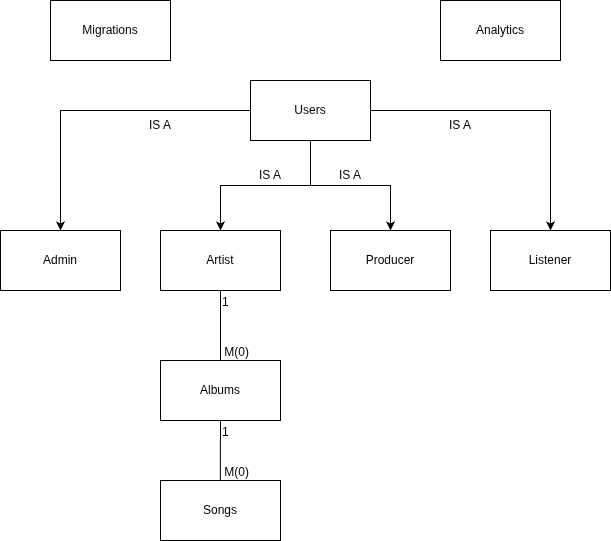
Before: public/img/db.png, a diagram exported from draw.io (petru-robu/music-label-manager). Source tidied: cells renumbered, new cells last; positions are measured from the earlier drawing's top-left corner, leaving out a move shared by most shapes.
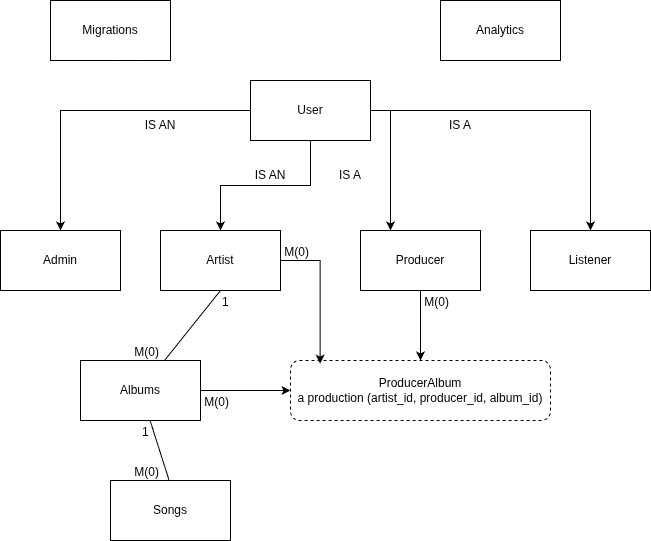
Above is the later version.

The edit, as a diff of the source:
```diff
@@ -2,8 +2,10 @@
   <root>
     <mxCell id="0" />
     <mxCell id="1" parent="0" />
-    <mxCell id="2" style="edgeStyle=orthogonalEdgeStyle;rounded=0;jettySize=auto;html=1;" parent="1" edge="1" source="5" target="13">
-      <mxGeometry relative="1" as="geometry" />
+    <mxCell id="2" style="edgeStyle=orthogonalEdgeStyle;rounded=0;jettySize=auto;html=1;" parent="1" edge="1" source="5">
+      <mxGeometry relative="1" as="geometry">
+        <mxPoint x="390" y="230" as="targetPoint" />
+      </mxGeometry>
     </mxCell>
     <mxCell id="3" style="edgeStyle=orthogonalEdgeStyle;rounded=0;jettySize=auto;html=1;" parent="1" edge="1" source="5" target="15">
       <mxGeometry relative="1" as="geometry" />
@@ -11,7 +13,7 @@
     <mxCell id="4" style="edgeStyle=orthogonalEdgeStyle;rounded=0;jettySize=auto;html=1;entryX=0.5;entryY=0;entryDx=0;entryDy=0;" parent="1" edge="1" source="5" target="19">
       <mxGeometry relative="1" as="geometry" />
     </mxCell>
-    <mxCell id="5" value="Users" style="rounded=0;whiteSpace=wrap;html=1;" parent="1" vertex="1">
+    <mxCell id="5" value="User" style="rounded=0;whiteSpace=wrap;html=1;" parent="1" vertex="1">
       <mxGeometry x="250" y="80" width="120" height="60" as="geometry" />
     </mxCell>
     <mxCell id="6" value="Artist" style="rounded=0;whiteSpace=wrap;html=1;" parent="1" vertex="1">
@@ -23,7 +25,7 @@
     <mxCell id="8" style="edgeStyle=orthogonalEdgeStyle;rounded=0;jettySize=auto;html=1;" parent="7" edge="1" source="5" target="6">
       <mxGeometry relative="1" as="geometry" />
     </mxCell>
-    <mxCell id="9" value="IS A" style="text;html=1;whiteSpace=wrap;strokeColor=none;fillColor=none;align=center;verticalAlign=middle;rounded=0;" parent="7" vertex="1">
+    <mxCell id="9" value="IS AN" style="text;html=1;whiteSpace=wrap;strokeColor=none;fillColor=none;align=center;verticalAlign=middle;rounded=0;" parent="7" vertex="1">
       <mxGeometry width="60" height="30" as="geometry" />
     </mxCell>
     <mxCell id="10" style="group;" parent="1" vertex="1">
@@ -35,14 +37,14 @@
     <mxCell id="12" value="IS A" style="text;html=1;whiteSpace=wrap;strokeColor=none;fillColor=none;align=center;verticalAlign=middle;rounded=0;" parent="10" vertex="1">
       <mxGeometry width="60" height="30" as="geometry" />
     </mxCell>
-    <mxCell id="13" value="Producer" style="rounded=0;whiteSpace=wrap;html=1;" parent="1" vertex="1">
-      <mxGeometry x="330" y="230" width="120" height="60" as="geometry" />
-    </mxCell>
+    <mxCell id="33" style="edgeStyle=orthogonalEdgeStyle;rounded=0;jettySize=auto;html=1;entryX=0.5;entryY=0;entryDx=0;entryDy=0;" parent="1" edge="1" source="14" target="38">
+      <mxGeometry relative="1" as="geometry" />
+    </mxCell>
     <mxCell id="14" value="Producer" style="rounded=0;whiteSpace=wrap;html=1;" parent="1" vertex="1">
-      <mxGeometry x="330" y="230" width="120" height="60" as="geometry" />
+      <mxGeometry x="360" y="230" width="120" height="60" as="geometry" />
     </mxCell>
     <mxCell id="15" value="Listener" style="rounded=0;whiteSpace=wrap;html=1;" parent="1" vertex="1">
-      <mxGeometry x="490" y="230" width="120" height="60" as="geometry" />
+      <mxGeometry x="530" y="230" width="120" height="60" as="geometry" />
     </mxCell>
     <mxCell id="16" style="group;" parent="1" vertex="1">
       <mxGeometry x="430" y="110" width="60" height="30" as="geometry" />
@@ -62,11 +64,14 @@
     <mxCell id="21" style="edgeStyle=orthogonalEdgeStyle;rounded=0;orthogonalLoop=1;jettySize=auto;html=1;" parent="20" edge="1">
       <mxGeometry relative="1" as="geometry" />
     </mxCell>
-    <mxCell id="22" value="IS A" style="text;html=1;whiteSpace=wrap;strokeColor=none;fillColor=none;align=center;verticalAlign=middle;rounded=0;" parent="20" vertex="1">
+    <mxCell id="22" value="IS AN" style="text;html=1;whiteSpace=wrap;strokeColor=none;fillColor=none;align=center;verticalAlign=middle;rounded=0;" parent="20" vertex="1">
       <mxGeometry width="60" height="30" as="geometry" />
     </mxCell>
+    <mxCell id="34" style="edgeStyle=orthogonalEdgeStyle;rounded=0;jettySize=auto;html=1;entryX=0;entryY=0.5;entryDx=0;entryDy=0;" parent="1" edge="1" source="23" target="38">
+      <mxGeometry relative="1" as="geometry" />
+    </mxCell>
     <mxCell id="23" value="Albums" style="rounded=0;whiteSpace=wrap;html=1;" parent="1" vertex="1">
-      <mxGeometry x="160" y="360" width="120" height="60" as="geometry" />
+      <mxGeometry x="80" y="360" width="120" height="60" as="geometry" />
     </mxCell>
     <mxCell id="24" style="endArrow=none;html=1;rounded=0;exitX=0.5;exitY=1;exitDx=0;exitDy=0;" parent="1" edge="1" source="6" target="23">
       <mxGeometry relative="1" as="geometry" />
@@ -78,24 +83,39 @@
     </mxCell>
     <mxCell id="26" value="M(0)" style="html=1;whiteSpace=wrap;align=right;verticalAlign=bottom;" parent="24" vertex="1">
       <mxGeometry x="1" relative="1" as="geometry">
-        <mxPoint x="30" as="offset" />
+        <mxPoint x="-4" as="offset" />
       </mxGeometry>
     </mxCell>
+    <mxCell id="35" value="M(0)" style="html=1;whiteSpace=wrap;align=right;verticalAlign=bottom;" parent="24" vertex="1">
+      <mxGeometry x="1" relative="1" as="geometry">
+        <mxPoint x="286" y="-50" as="offset" />
+      </mxGeometry>
+    </mxCell>
+    <mxCell id="36" value="M(0)" style="html=1;whiteSpace=wrap;align=right;verticalAlign=bottom;" parent="24" vertex="1">
+      <mxGeometry x="1" relative="1" as="geometry">
+        <mxPoint x="66" y="50" as="offset" />
+      </mxGeometry>
+    </mxCell>
+    <mxCell id="37" value="M(0)" style="html=1;whiteSpace=wrap;align=right;verticalAlign=bottom;" parent="24" vertex="1">
+      <mxGeometry x="1" relative="1" as="geometry">
+        <mxPoint x="146" y="-100" as="offset" />
+      </mxGeometry>
+    </mxCell>
     <mxCell id="27" style="endArrow=none;html=1;rounded=0;entryX=0.499;entryY=0.064;entryDx=0;entryDy=0;entryPerimeter=0;" parent="1" edge="1" source="23" target="30">
       <mxGeometry relative="1" as="geometry" />
     </mxCell>
     <mxCell id="28" value="1" style="html=1;whiteSpace=wrap;align=left;verticalAlign=bottom;" parent="27" vertex="1">
       <mxGeometry x="-1" relative="1" as="geometry">
-        <mxPoint y="20" as="offset" />
+        <mxPoint x="-10" y="20" as="offset" />
       </mxGeometry>
     </mxCell>
     <mxCell id="29" value="M(0)" style="html=1;whiteSpace=wrap;align=right;verticalAlign=bottom;" parent="27" vertex="1">
       <mxGeometry x="1" relative="1" as="geometry">
-        <mxPoint x="30" y="-4" as="offset" />
+        <mxPoint x="-10" y="-4" as="offset" />
       </mxGeometry>
     </mxCell>
     <mxCell id="30" value="Songs" style="rounded=0;whiteSpace=wrap;html=1;" parent="1" vertex="1">
-      <mxGeometry x="160" y="480" width="120" height="60" as="geometry" />
+      <mxGeometry x="110" y="480" width="120" height="60" as="geometry" />
     </mxCell>
     <mxCell id="31" value="Migrations" style="rounded=0;whiteSpace=wrap;html=1;" parent="1" vertex="1">
       <mxGeometry x="50" width="120" height="60" as="geometry" />
@@ -103,5 +123,11 @@
     <mxCell id="32" value="Analytics" style="rounded=0;whiteSpace=wrap;html=1;" parent="1" vertex="1">
       <mxGeometry x="440" width="120" height="60" as="geometry" />
     </mxCell>
+    <mxCell id="38" value="ProducerAlbum&lt;div&gt;a production (artist_id, producer_id, album_id)&lt;/div&gt;" style="rounded=1;whiteSpace=wrap;html=1;dashed=1;" parent="1" vertex="1">
+      <mxGeometry x="290" y="360" width="260" height="60" as="geometry" />
+    </mxCell>
+    <mxCell id="39" style="edgeStyle=orthogonalEdgeStyle;rounded=0;jettySize=auto;html=1;entryX=0.114;entryY=0.052;entryDx=0;entryDy=0;entryPerimeter=0;" parent="1" edge="1" source="6" target="38">
+      <mxGeometry relative="1" as="geometry" />
+    </mxCell>
   </root>
 </mxGraphModel>
```
